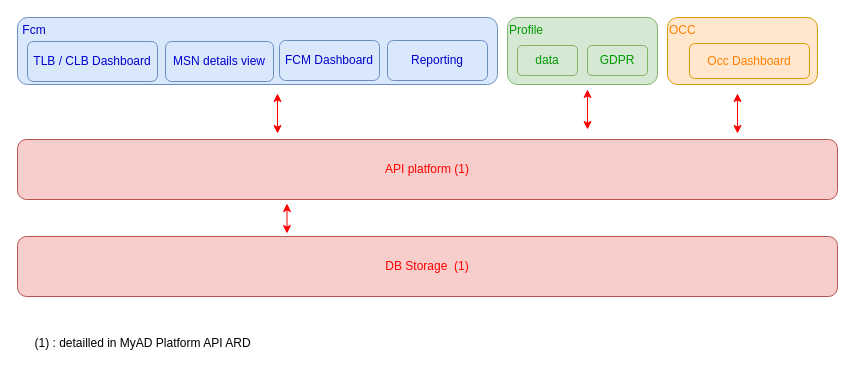
claytonbrown/aws-drawing keeps this draw.io diagram as FCM_Cockpit.drawio. Above is the earlier version. Source tidied: cells renumbered, new cells numbered last; positions are measured from the earlier drawing's top-left corner, leaving out a move shared by most shapes. Both pictures are drawn from the tidied source at 100%, with x=0, y=0 at pixel (17, 17).
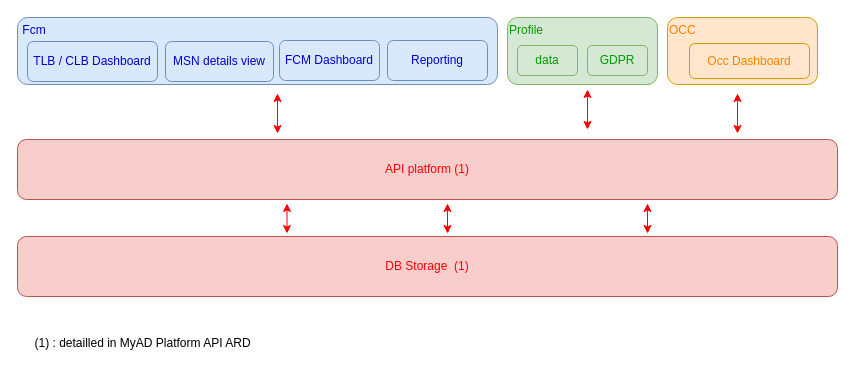
After the change.

The edit, as a diff of the source:
```diff
@@
+    <mxCell id="22" style="endArrow=classic;startArrow=classic;html=1;fontColor=#FFFFFF;strokeColor=#FF0000;" parent="1" edge="1">
+      <mxGeometry relative="1" as="geometry">
+        <mxPoint x="630" y="216" as="sourcePoint" />
+        <mxPoint x="630" y="186" as="targetPoint" />
+      </mxGeometry>
+    </mxCell>
+    <mxCell id="23" style="endArrow=classic;startArrow=classic;html=1;fontColor=#FFFFFF;strokeColor=#FF0000;" parent="1" edge="1">
+      <mxGeometry relative="1" as="geometry">
+        <mxPoint x="430" y="216" as="sourcePoint" />
+        <mxPoint x="430" y="186" as="targetPoint" />
+      </mxGeometry>
+    </mxCell>
```
